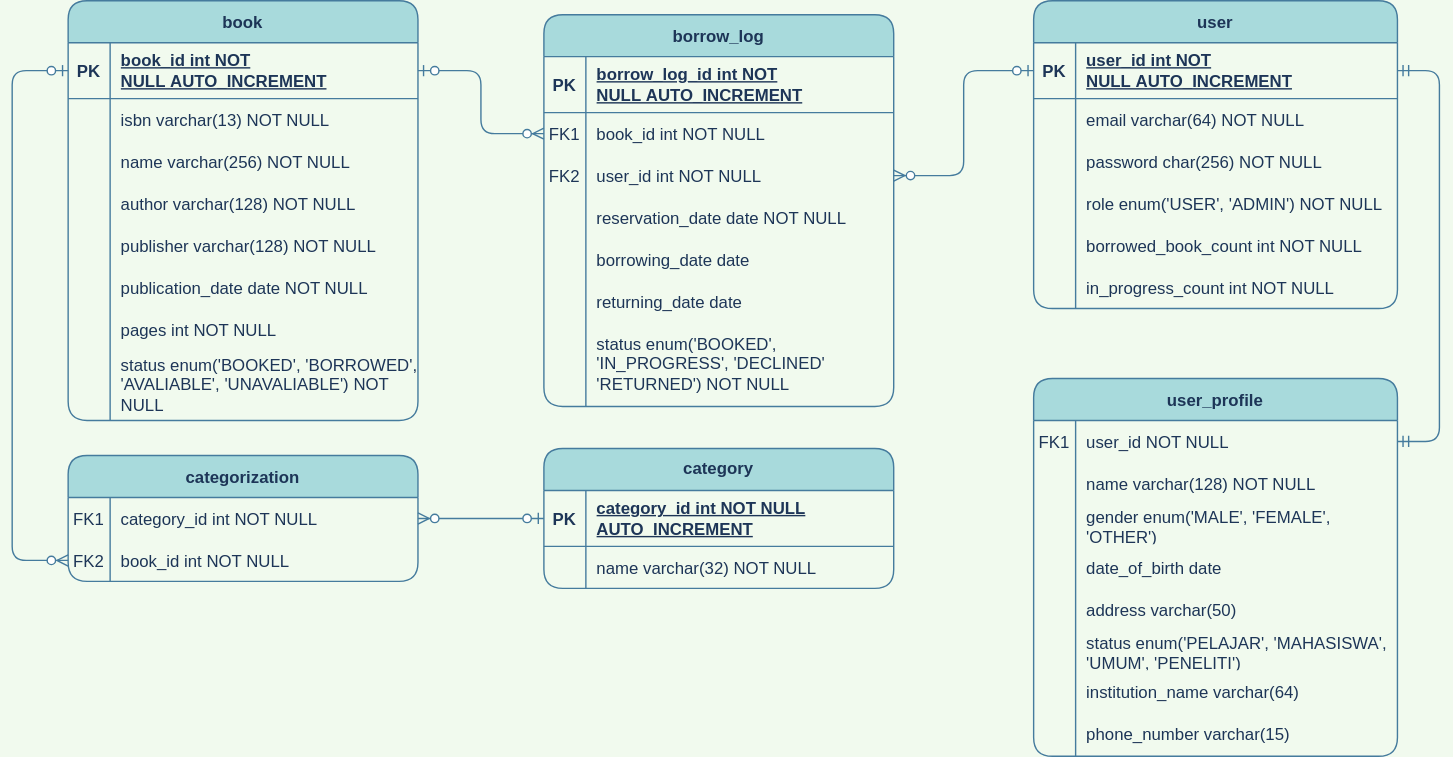
Earlier version of the draw.io export public/img/database_scheme.drawio.svg (praktikum-tiunpad-2021/proyek-web-asal-in). Source tidied: cells renumbered, new cells last; positions are measured from the earlier drawing's top-left corner, leaving out a move shared by most shapes.
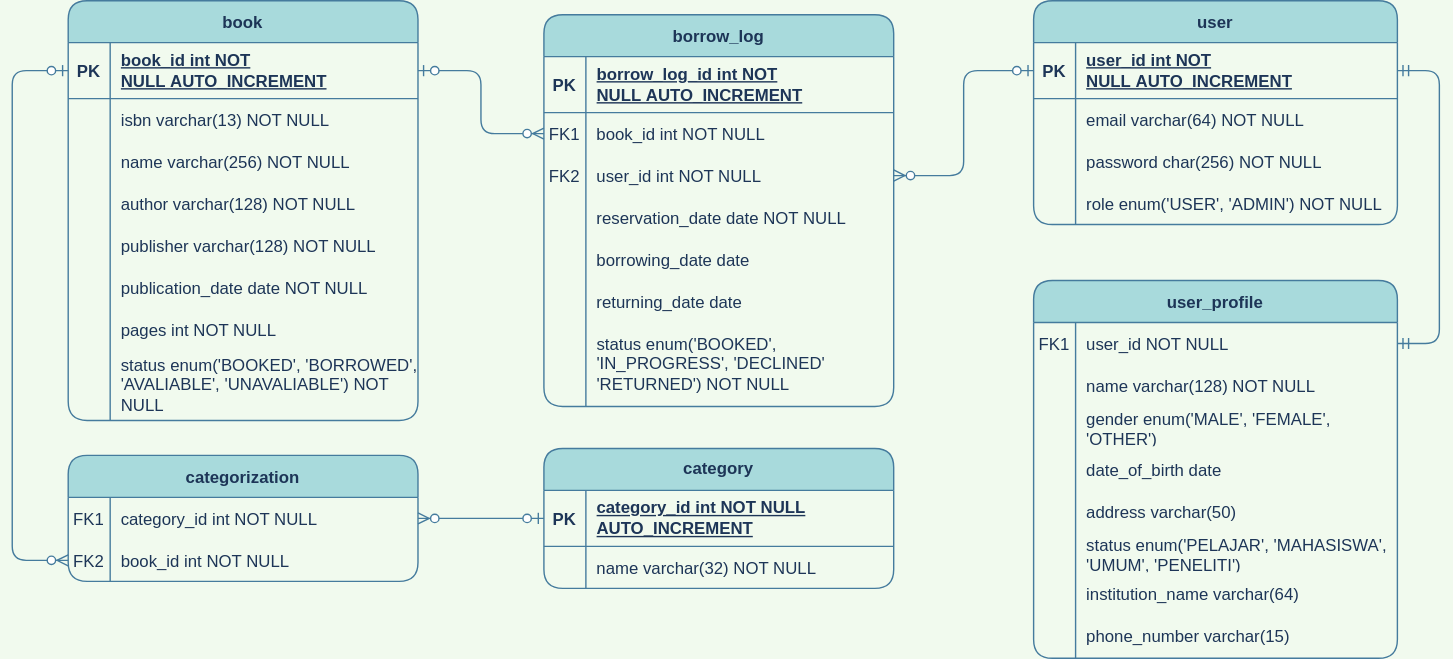
The same diagram one commit later.

Commit message:
remove count fields

Diff of the diagram source:
```diff
@@ -78,7 +78,7 @@
       <mxGeometry x="30" width="220" height="50" as="geometry" />
     </mxCell>
     <mxCell id="27" value="user_profile" style="shape=table;startSize=30;rowLines=0;fontStyle=1;align=center;rounded=1;fillColor=#A8DADC;strokeColor=#457B9D;fontColor=#1D3557;" parent="1" vertex="1">
-      <mxGeometry x="730" y="270" width="260" height="270" as="geometry" />
+      <mxGeometry x="730" y="200" width="260" height="270" as="geometry" />
     </mxCell>
     <mxCell id="28" style="shape=partialRectangle;fillColor=none;points=[[0,0.5],[1,0.5]];portConstraint=eastwest;top=0;left=0;right=0;bottom=0;rounded=1;strokeColor=#457B9D;fontColor=#1D3557;" parent="27" vertex="1">
       <mxGeometry y="30" width="260" height="30" as="geometry" />
@@ -156,7 +156,7 @@
       <mxGeometry relative="1" as="geometry" />
     </mxCell>
     <mxCell id="53" value="user" style="shape=table;startSize=30;rowLines=0;fontStyle=1;align=center;rounded=1;fillColor=#A8DADC;strokeColor=#457B9D;fontColor=#1D3557;" parent="1" vertex="1">
-      <mxGeometry x="730" width="260" height="220" as="geometry" />
+      <mxGeometry x="730" width="260" height="160" as="geometry" />
     </mxCell>
     <mxCell id="54" style="shape=partialRectangle;fillColor=none;points=[[0,0.5],[1,0.5]];portConstraint=eastwest;top=0;left=0;right=0;bottom=1;rounded=1;strokeColor=#457B9D;fontColor=#1D3557;" parent="53" vertex="1">
       <mxGeometry y="30" width="260" height="40" as="geometry" />
@@ -194,24 +194,6 @@
     <mxCell id="65" value="role enum('USER', 'ADMIN') NOT NULL" style="shape=partialRectangle;overflow=hidden;fillColor=none;top=0;left=0;bottom=0;right=0;align=left;spacingLeft=6;rounded=1;strokeColor=#457B9D;fontColor=#1D3557;" parent="63" vertex="1">
       <mxGeometry x="30" width="230" height="30" as="geometry" />
     </mxCell>
-    <mxCell id="66" style="shape=partialRectangle;fillColor=none;top=0;left=0;right=0;bottom=0;rounded=1;strokeColor=#457B9D;fontColor=#1D3557;" parent="53" vertex="1">
-      <mxGeometry y="160" width="260" height="30" as="geometry" />
-    </mxCell>
-    <mxCell id="67" style="shape=partialRectangle;overflow=hidden;fillColor=none;top=0;left=0;bottom=0;right=0;rounded=1;strokeColor=#457B9D;fontColor=#1D3557;" parent="66" vertex="1">
-      <mxGeometry width="30" height="30" as="geometry" />
-    </mxCell>
-    <mxCell id="68" value="borrowed_book_count int NOT NULL" style="shape=partialRectangle;overflow=hidden;fillColor=none;top=0;left=0;bottom=0;right=0;align=left;spacingLeft=6;rounded=1;strokeColor=#457B9D;fontColor=#1D3557;" parent="66" vertex="1">
-      <mxGeometry x="30" width="230" height="30" as="geometry" />
-    </mxCell>
-    <mxCell id="69" style="shape=partialRectangle;fillColor=none;top=0;left=0;right=0;bottom=0;rounded=1;strokeColor=#457B9D;fontColor=#1D3557;" parent="53" vertex="1">
-      <mxGeometry y="190" width="260" height="30" as="geometry" />
-    </mxCell>
-    <mxCell id="70" style="shape=partialRectangle;overflow=hidden;fillColor=none;top=0;left=0;bottom=0;right=0;rounded=1;strokeColor=#457B9D;fontColor=#1D3557;" parent="69" vertex="1">
-      <mxGeometry width="30" height="30" as="geometry" />
-    </mxCell>
-    <mxCell id="71" value="in_progress_count int NOT NULL" style="shape=partialRectangle;overflow=hidden;fillColor=none;top=0;left=0;bottom=0;right=0;align=left;spacingLeft=6;rounded=1;strokeColor=#457B9D;fontColor=#1D3557;" parent="69" vertex="1">
-      <mxGeometry x="30" width="230" height="30" as="geometry" />
-    </mxCell>
     <mxCell id="72" value="borrow_log" style="shape=table;startSize=30;rowLines=0;fontStyle=1;align=center;rounded=1;fillColor=#A8DADC;strokeColor=#457B9D;fontColor=#1D3557;" parent="1" vertex="1">
       <mxGeometry x="380" y="10" width="250" height="280" as="geometry" />
     </mxCell>
```
